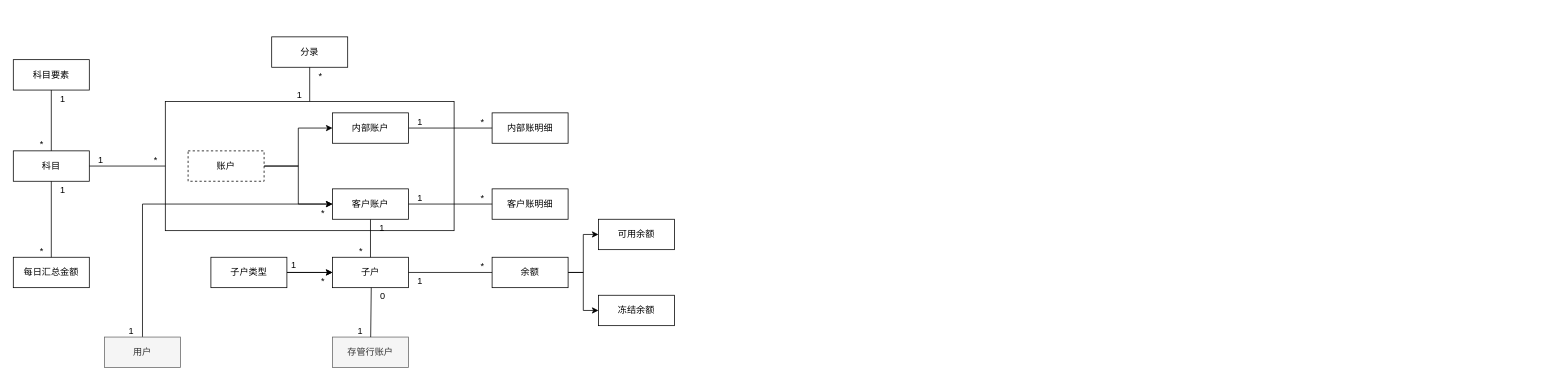
Before: 账务/design drawio/Account Diagram.drawio in remind/doanything-docs, a draw.io diagram. Source tidied: cells renumbered, new cells numbered last; positions are measured from the earlier drawing's top-left corner, leaving out a move shared by most shapes. Both pictures are drawn from the tidied source at 76%, with x=0, y=0 at pixel (13, 36).
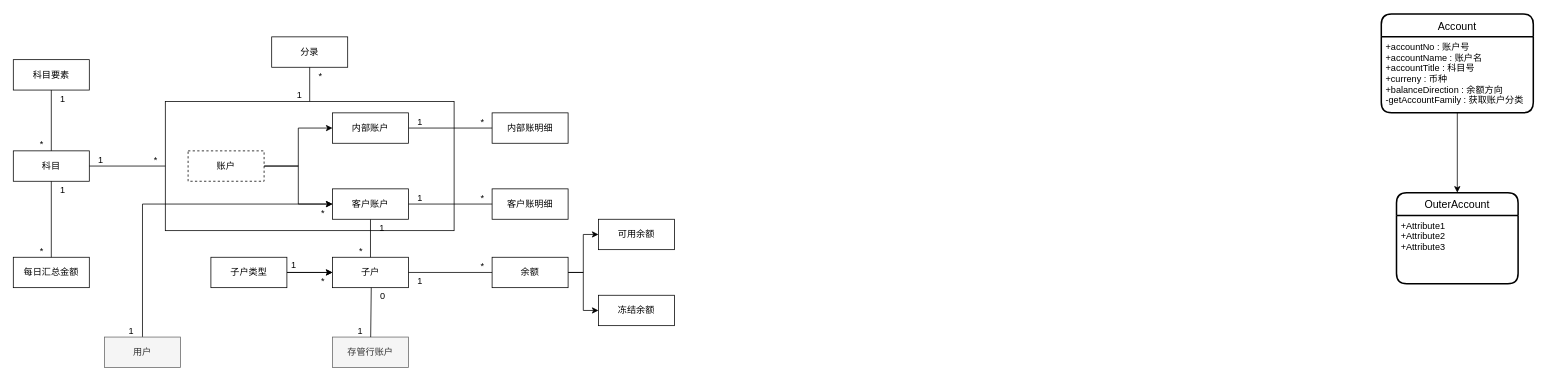
The same page after the edit.

The edit, as a diff of the source:
```diff
@@
+    <mxCell id="57" style="edgeStyle=orthogonalEdgeStyle;rounded=0;jettySize=auto;html=1;" parent="1" edge="1" source="58" target="60">
+      <mxGeometry relative="1" as="geometry" />
+    </mxCell>
+    <mxCell id="58" value="Account" style="swimlane;horizontal=1;startSize=30;rounded=1;fontSize=14;fontStyle=0;strokeWidth=2;shadow=0;dashed=0;align=center;" parent="1" vertex="1">
+      <mxGeometry x="1800" y="-30" width="200" height="130" as="geometry" />
+    </mxCell>
+    <mxCell id="59" value="+accountNo : 账户号&#10;+accountName : 账户名&#10;+accountTitle : 科目号&#10;+curreny : 币种&#10;+balanceDirection : 余额方向&#10;-getAccountFamily : 获取账户分类" style="align=left;strokeColor=none;fillColor=none;spacingLeft=4;fontSize=12;verticalAlign=top;dashed=1;" parent="58" vertex="1">
+      <mxGeometry y="30" width="200" height="100" as="geometry" />
+    </mxCell>
+    <mxCell id="60" value="OuterAccount" style="swimlane;horizontal=1;startSize=30;rounded=1;fontSize=14;fontStyle=0;strokeWidth=2;shadow=0;dashed=0;align=center;" parent="1" vertex="1">
+      <mxGeometry x="1820" y="205" width="160" height="120" as="geometry" />
+    </mxCell>
+    <mxCell id="61" value="+Attribute1&#10;+Attribute2&#10;+Attribute3" style="align=left;strokeColor=none;fillColor=none;spacingLeft=4;fontSize=12;verticalAlign=top;dashed=1;" parent="60" vertex="1">
+      <mxGeometry y="30" width="160" height="90" as="geometry" />
+    </mxCell>
```
